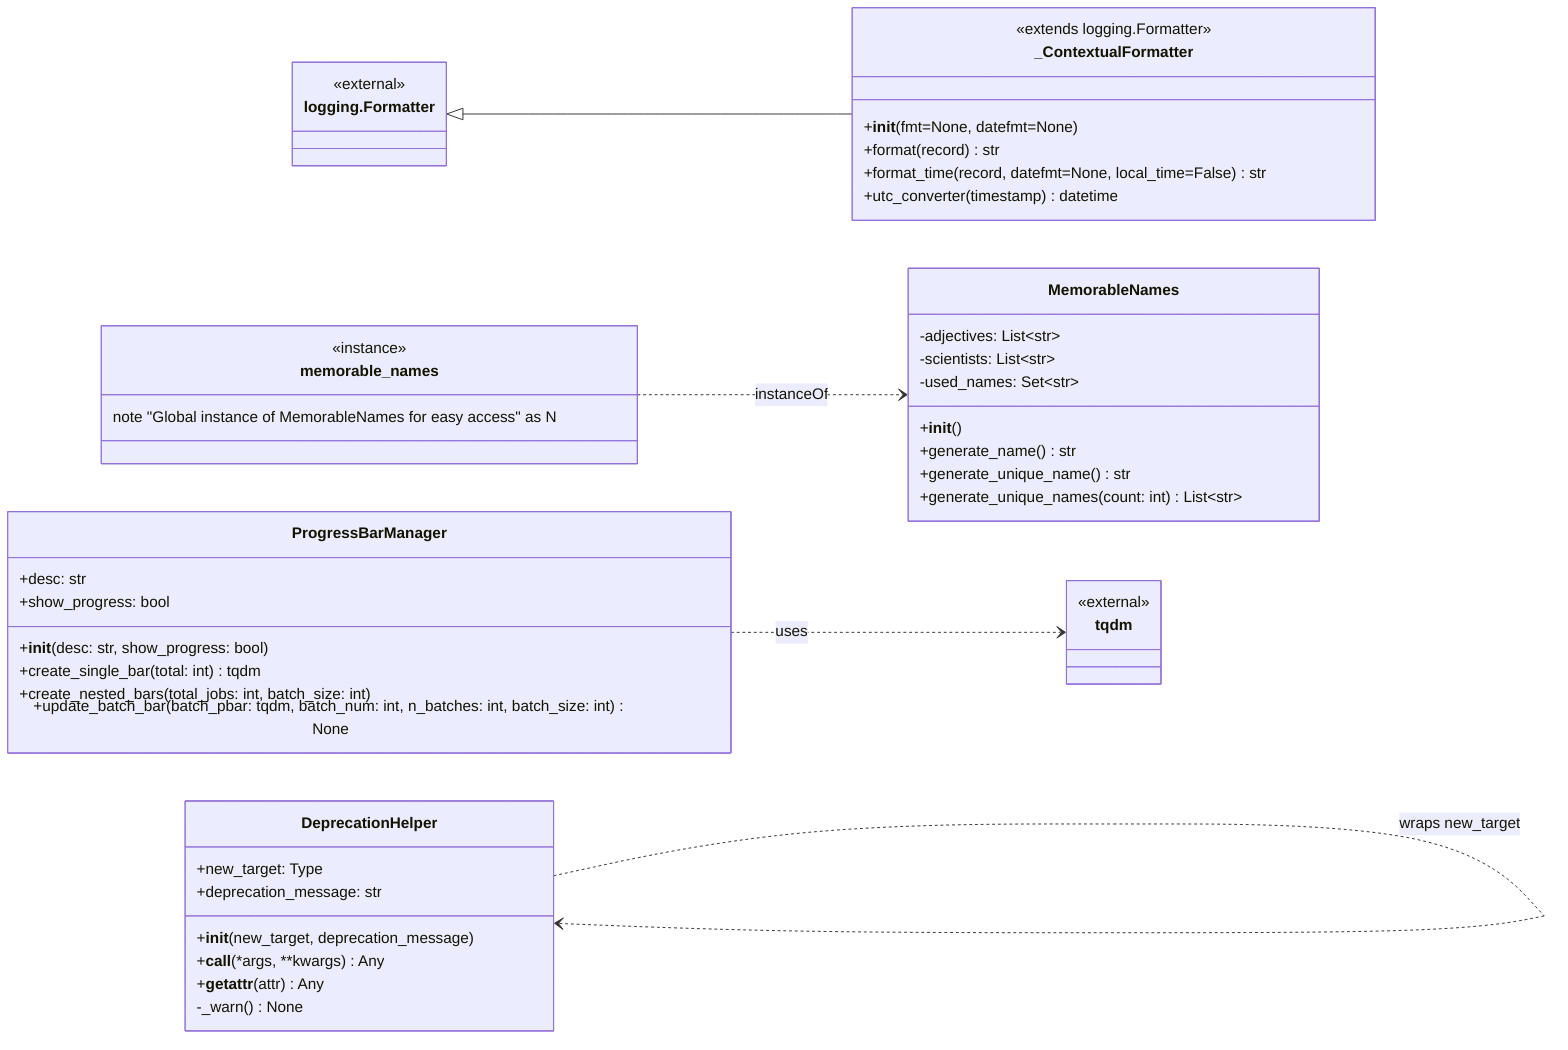
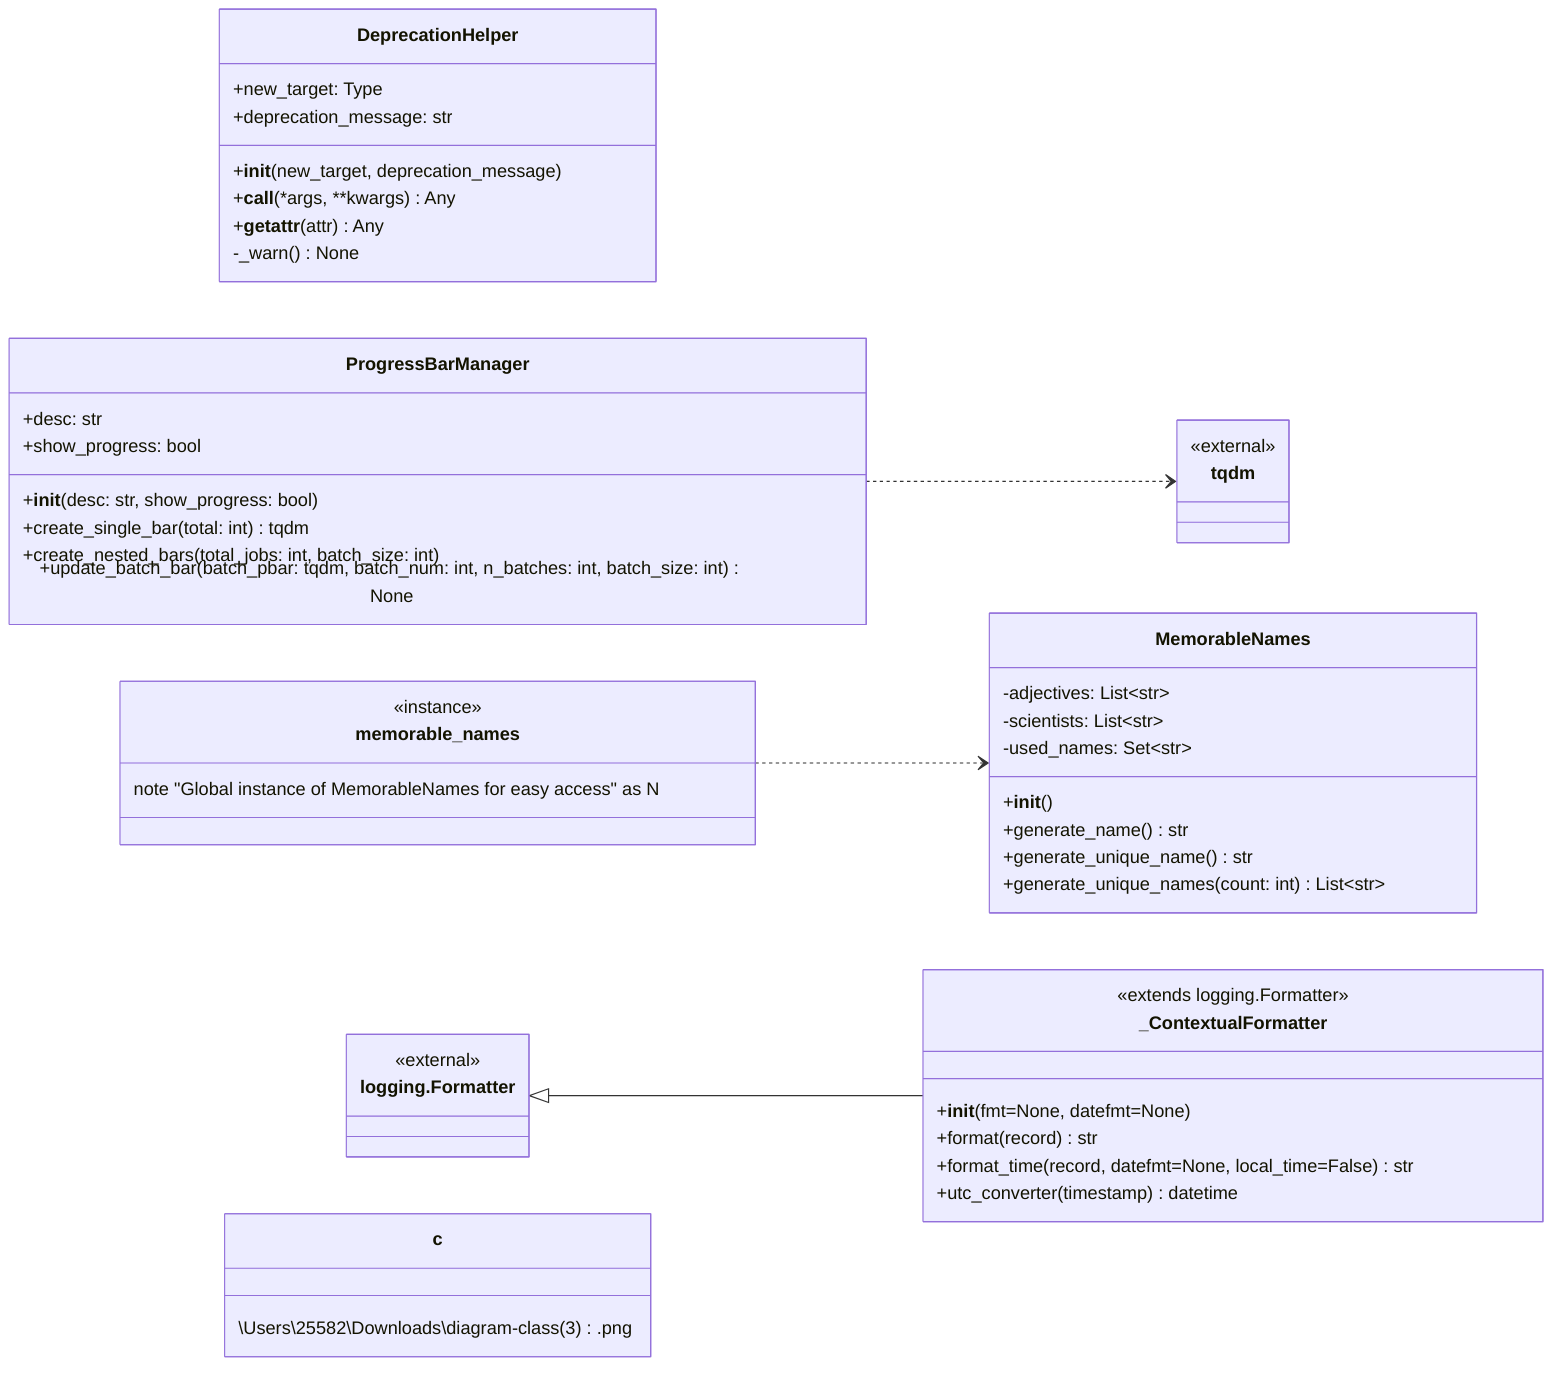
classDiagram
direction LR

%% --- Classes from src/ragas/utils.py ---

class DeprecationHelper {
  +new_target: Type
  +deprecation_message: str
  +__init__(new_target, deprecation_message)
  +__call__(*args, **kwargs) Any
  +__getattr__(attr) Any
  -_warn() None
}

class _ContextualFormatter {
  <<extends logging.Formatter>>
  +__init__(fmt=None, datefmt=None)
  +format(record) str
  +format_time(record, datefmt=None, local_time=False) str
  +utc_converter(timestamp) datetime
}

class ProgressBarManager {
  +desc: str
  +show_progress: bool
  +__init__(desc: str, show_progress: bool)
  +create_single_bar(total: int) tqdm
  +create_nested_bars(total_jobs: int, batch_size: int)
  +update_batch_bar(batch_pbar: tqdm, batch_num: int, n_batches: int, batch_size: int) None
}

class MemorableNames {
  -adjectives: List~str~
  -scientists: List~str~
  -used_names: Set~str~
  +__init__()
  +generate_name() str
  +generate_unique_name() str
  +generate_unique_names(count: int) List~str~
}

class memorable_names {
  <<instance>>
  note "Global instance of MemorableNames for easy access" as N
}

%% --- External libs / types (illustrative) ---
class logging.Formatter {
  <<external>>
}
class tqdm {
  <<external>>
}

%% --- Inheritance / relationships ---
logging.Formatter <|-- _ContextualFormatter

%% --- Associations / usages ---
- DeprecationHelper ..> DeprecationHelper : wraps new_target
- ProgressBarManager ..> tqdm : uses
- memorable_names ..> MemorableNames : instanceOf

+ ProgressBarManager ..> tqdm
+ memorable_names ..> MemorableNames
+ 
+ c:\Users\25582\Downloads\diagram-class (3).png